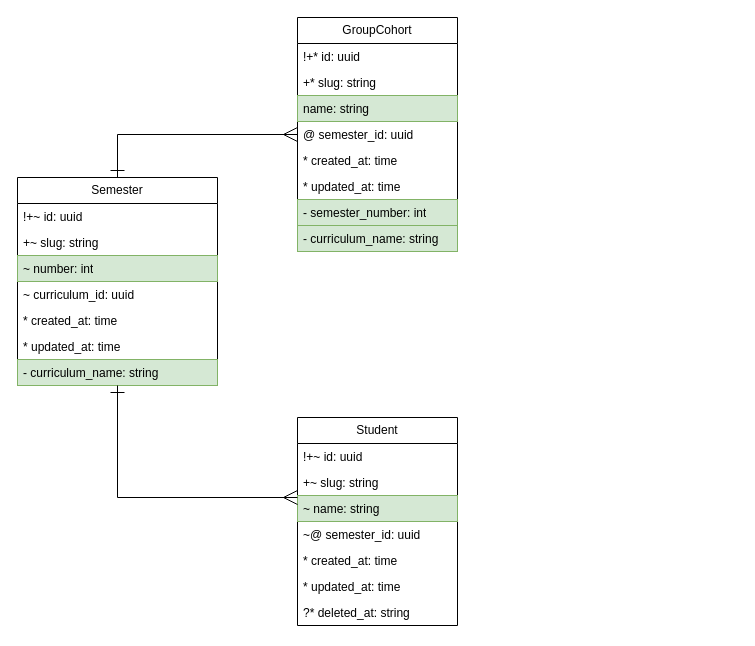
IrusHunter/duckademic keeps this draw.io diagram as page "Student Group" (7 of 8) of docs/entity_relationship.drawio. Above is the earlier version. Source tidied: cells renumbered, new cells numbered last; positions are measured from the earlier drawing's top-left corner, leaving out a move shared by most shapes. Both pictures are drawn from the tidied source at 100%, with x=0, y=0 at pixel (17, 17).
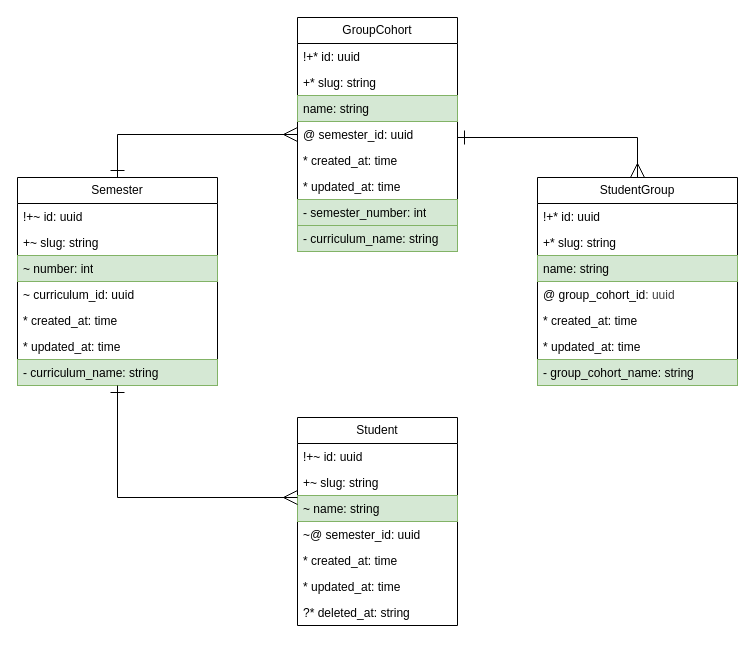
After the change.

Commit message (it also covers changes not shown here):
add student group to student group service

The change refers to these unchanged cells:
```xml
<mxCell id="19" value="GroupCohort" style="swimlane;fontStyle=0;horizontal=1;startSize=26;fillColor=none;whiteSpace=wrap;html=1;" parent="1" vertex="1">
  <mxGeometry x="280" width="160" height="234" as="geometry" />
</mxCell>
```

Diff of the diagram source:
```diff
@@
+    <mxCell id="29" value="StudentGroup" style="swimlane;fontStyle=0;horizontal=1;startSize=26;fillColor=none;whiteSpace=wrap;html=1;" parent="1" vertex="1">
+      <mxGeometry x="520" y="160" width="200" height="208" as="geometry" />
+    </mxCell>
+    <mxCell id="30" value="!+* id: uuid" style="text;strokeColor=none;fillColor=none;align=left;verticalAlign=top;spacingLeft=4;spacingRight=4;overflow=hidden;whiteSpace=wrap;html=1;" parent="29" vertex="1">
+      <mxGeometry y="26" width="200" height="26" as="geometry" />
+    </mxCell>
+    <mxCell id="31" value="+* slug: string" style="text;strokeColor=none;fillColor=none;align=left;verticalAlign=top;spacingLeft=4;spacingRight=4;overflow=hidden;whiteSpace=wrap;html=1;" parent="29" vertex="1">
+      <mxGeometry y="52" width="200" height="26" as="geometry" />
+    </mxCell>
+    <mxCell id="32" value="name: string" style="text;strokeColor=#82b366;fillColor=#d5e8d4;align=left;verticalAlign=top;spacingLeft=4;spacingRight=4;overflow=hidden;whiteSpace=wrap;html=1;" parent="29" vertex="1">
+      <mxGeometry y="78" width="200" height="26" as="geometry" />
+    </mxCell>
+    <mxCell id="33" value="@ group_cohort_id&lt;span style=&quot;color: rgb(63, 63, 63); background-color: transparent;&quot;&gt;: uuid&lt;/span&gt;" style="text;align=left;verticalAlign=top;spacingLeft=4;spacingRight=4;overflow=hidden;whiteSpace=wrap;html=1;" parent="29" vertex="1">
+      <mxGeometry y="104" width="200" height="26" as="geometry" />
+    </mxCell>
+    <mxCell id="34" value="* created_at: time" style="text;strokeColor=none;fillColor=none;align=left;verticalAlign=top;spacingLeft=4;spacingRight=4;overflow=hidden;whiteSpace=wrap;html=1;" parent="29" vertex="1">
+      <mxGeometry y="130" width="200" height="26" as="geometry" />
+    </mxCell>
+    <mxCell id="35" value="* updated_at: time" style="text;strokeColor=none;fillColor=none;align=left;verticalAlign=top;spacingLeft=4;spacingRight=4;overflow=hidden;whiteSpace=wrap;html=1;" parent="29" vertex="1">
+      <mxGeometry y="156" width="200" height="26" as="geometry" />
+    </mxCell>
+    <mxCell id="36" value="- group_cohort_name: string" style="text;strokeColor=#82b366;fillColor=#d5e8d4;align=left;verticalAlign=top;spacingLeft=4;spacingRight=4;overflow=hidden;whiteSpace=wrap;html=1;" parent="29" vertex="1">
+      <mxGeometry y="182" width="200" height="26" as="geometry" />
+    </mxCell>
+    <mxCell id="37" style="edgeStyle=orthogonalEdgeStyle;html=1;startArrow=ERone;startFill=0;endArrow=ERmany;endFill=0;endSize=12;startSize=12;strokeWidth=1;rounded=0;curved=0;jumpStyle=line;" parent="1" edge="1" source="19" target="29">
+      <mxGeometry relative="1" as="geometry">
+        <Array as="points">
+          <mxPoint x="620" y="120" />
+        </Array>
+      </mxGeometry>
+    </mxCell>
```
